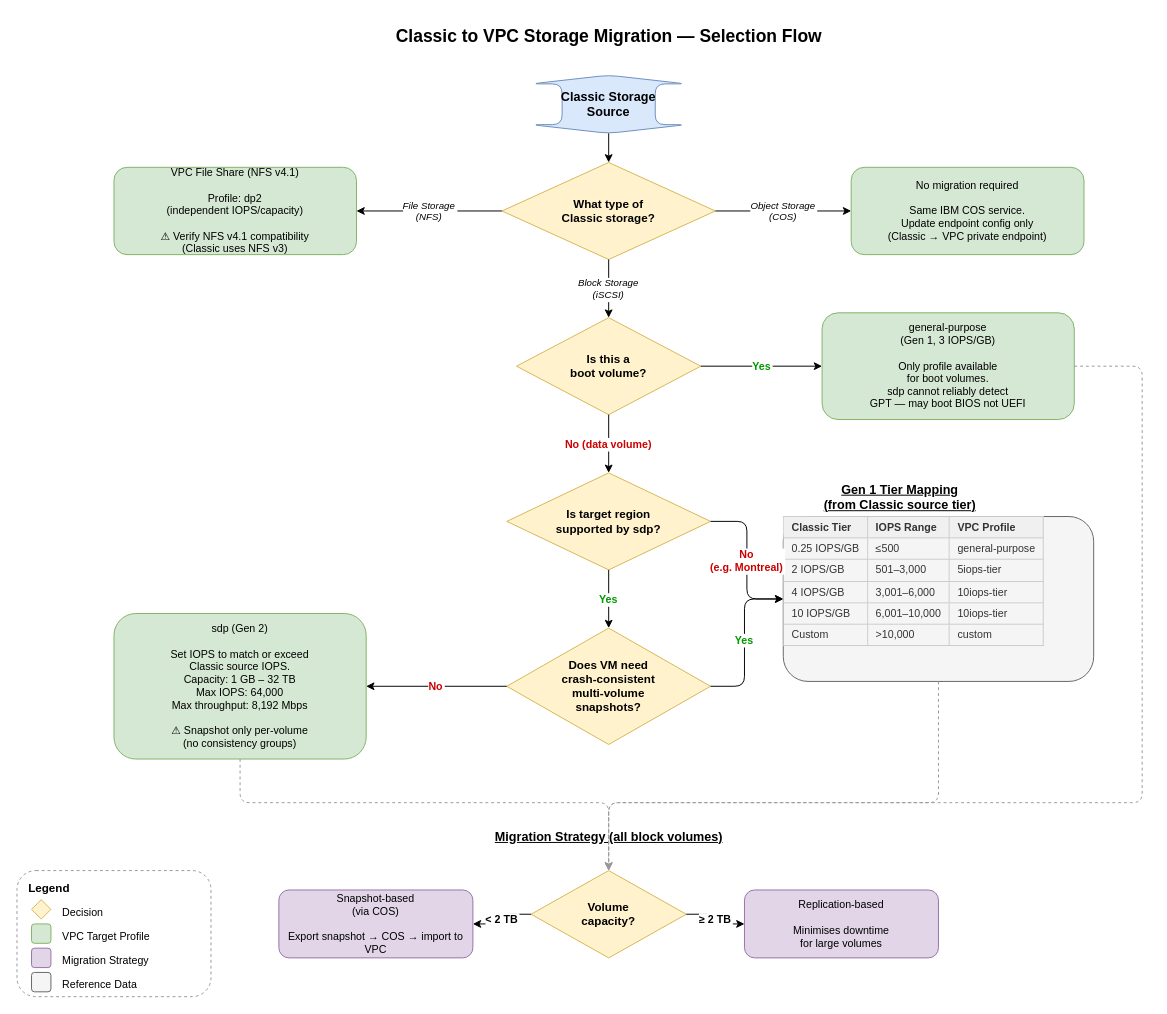
neil1taylor/classic-analyser keeps this draw.io diagram as docs/storage-migration-flow.drawio. Above is the earlier version. Source tidied: cells renumbered, new cells numbered last; positions are measured from the earlier drawing's top-left corner, leaving out a move shared by most shapes. Both pictures are drawn from the tidied source at 97%, with x=0, y=0 at pixel (16, 16).
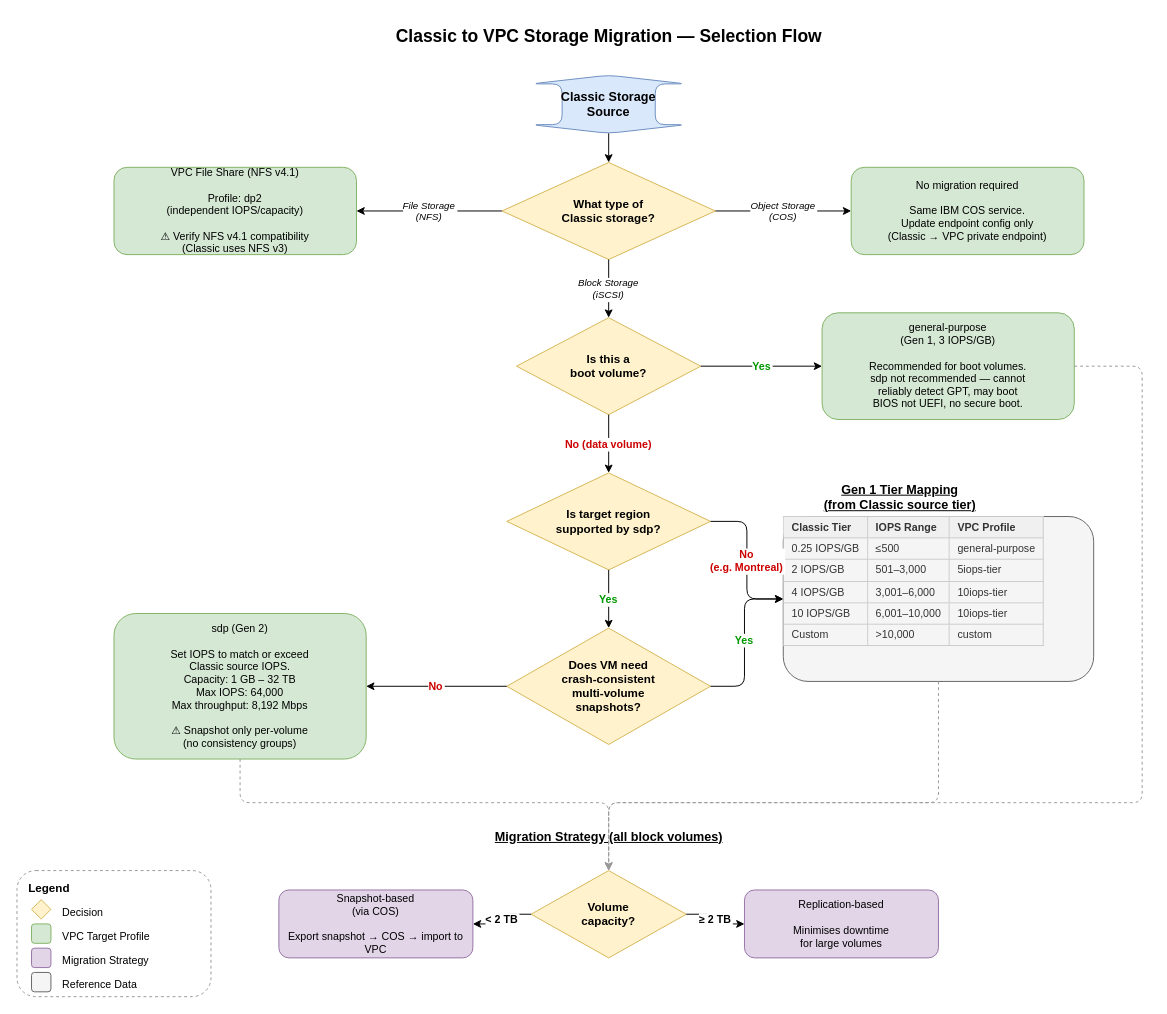
After the change.

The edit, as a diff of the source:
```diff
@@
-    <mxCell id="12" value="general-purpose&#10;(Gen 1, 3 IOPS/GB)&#10;&#10;Only profile available&#10;for boot volumes.&#10;sdp cannot reliably detect&#10;GPT — may boot BIOS not UEFI" style="rounded=1;whiteSpace=wrap;html=1;fillColor=#d5e8d4;strokeColor=#82b366;fontSize=11;fontStyle=0;align=center;" parent="1" vertex="1">
+    <mxCell id="12" value="general-purpose&#10;(Gen 1, 3 IOPS/GB)&#10;&#10;Recommended for boot volumes.&#10;sdp not recommended — cannot&#10;reliably detect GPT, may boot&#10;BIOS not UEFI, no secure boot." style="rounded=1;whiteSpace=wrap;html=1;fillColor=#d5e8d4;strokeColor=#82b366;fontSize=11;fontStyle=0;align=center;" parent="1" vertex="1">
       <mxGeometry x="830" y="305" width="260" height="110" as="geometry" />
     </mxCell>
```
